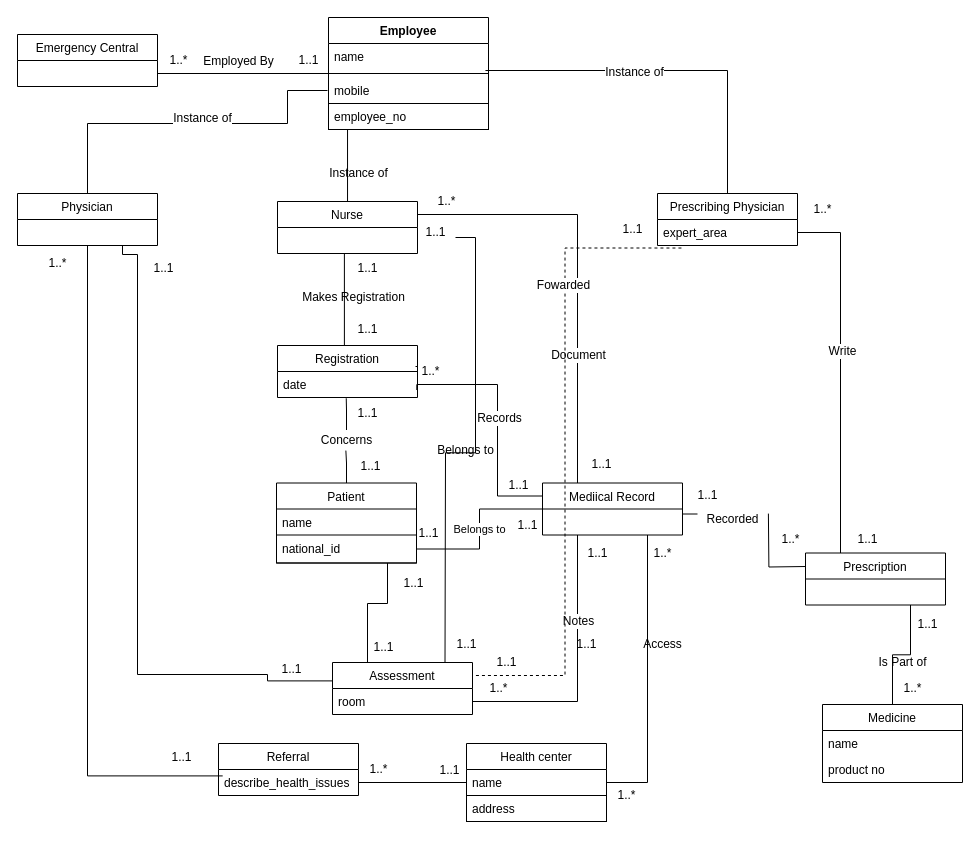
The draw.io diagram mod-t-2.drawio in kestersimm/drawio, before the edit. Source tidied: cells renumbered, new cells numbered last; positions are measured from the earlier drawing's top-left corner, leaving out a move shared by most shapes. Both pictures are drawn from the tidied source at 100%, with x=0, y=0 at pixel (17, 17).
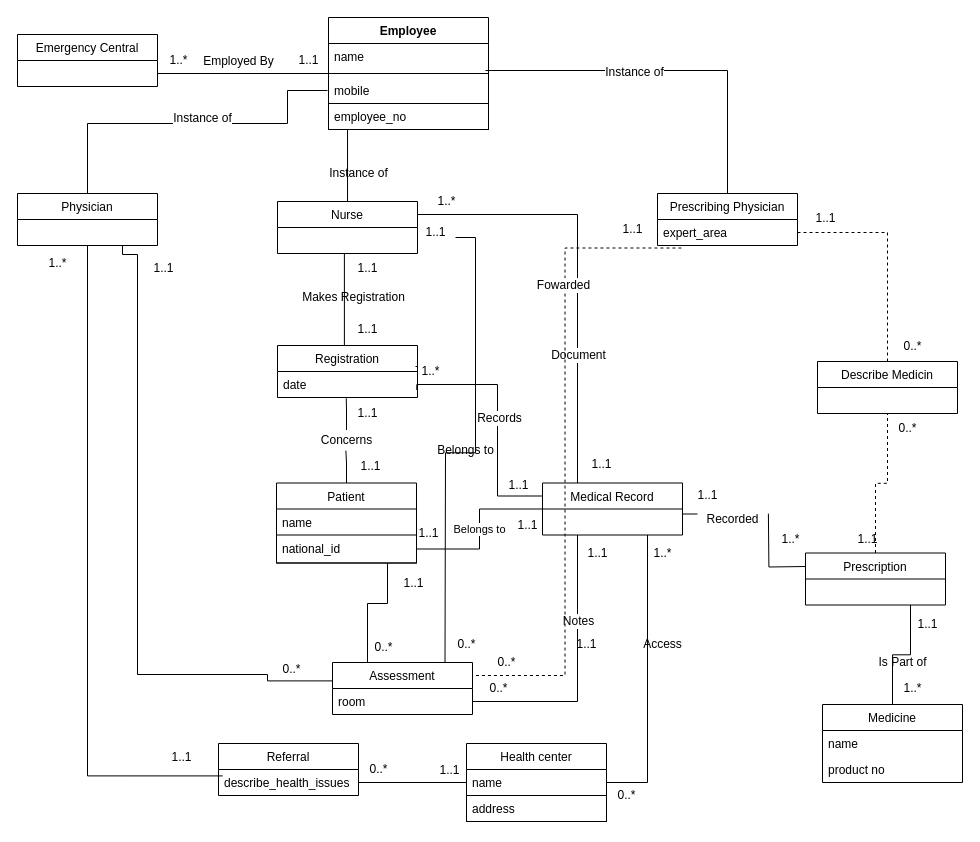
The same diagram, later.

Unchanged cells that the change refers to:
```xml
<mxCell id="14" style="edgeStyle=orthogonalEdgeStyle;rounded=0;jettySize=auto;html=1;exitX=0.75;exitY=1;exitDx=0;exitDy=0;entryX=0;entryY=0.5;entryDx=0;entryDy=0;endArrow=none;endFill=0;" parent="1" edge="1" source="17">
  <mxGeometry relative="1" as="geometry">
    <mxPoint x="314.6" y="663.4" as="targetPoint" />
    <Array as="points">
      <mxPoint x="105" y="237" />
      <mxPoint x="120" y="237" />
      <mxPoint x="120" y="657" />
      <mxPoint x="250" y="657" />
      <mxPoint x="250" y="663" />
    </Array>
  </mxGeometry>
</mxCell>
<mxCell id="27" value="expert_area" style="text;strokeColor=none;fillColor=none;align=left;verticalAlign=top;spacingLeft=4;spacingRight=4;overflow=hidden;points=[[0,0.5],[1,0.5]];portConstraint=eastwest;" parent="26" vertex="1">
  <mxGeometry y="26" width="140" height="26" as="geometry" />
</mxCell>
<mxCell id="41" style="edgeStyle=orthogonalEdgeStyle;rounded=0;jettySize=auto;html=1;exitX=0.25;exitY=0;exitDx=0;exitDy=0;endArrow=none;endFill=0;" parent="1" edge="1" source="43" target="33">
  <mxGeometry relative="1" as="geometry">
    <Array as="points">
      <mxPoint x="370" y="586" />
    </Array>
  </mxGeometry>
</mxCell>
<mxCell id="81" value="Prescription" style="swimlane;fontStyle=0;horizontal=1;startSize=26;fillColor=none;" parent="1" vertex="1">
  <mxGeometry x="788" y="535.5" width="140" height="52" as="geometry" />
</mxCell>
```

Diff of the diagram source:
```diff
@@
-    <mxCell id="15" value="1..1" style="text;html=1;align=center;verticalAlign=middle;labelBackgroundColor=#ffffff;" parent="14" vertex="1">
+    <mxCell id="15" value="0..*" style="text;html=1;align=center;verticalAlign=middle;labelBackgroundColor=#ffffff;" parent="14" vertex="1">
       <mxGeometry x="0.84" y="8" relative="1" as="geometry">
         <mxPoint x="11" y="-4" as="offset" />
       </mxGeometry>
     </mxCell>
@@
-    <mxCell id="42" value="1..1" style="text;html=1;align=center;verticalAlign=middle;labelBackgroundColor=#ffffff;" parent="41" vertex="1">
+    <mxCell id="42" value="0..*" style="text;html=1;align=center;verticalAlign=middle;labelBackgroundColor=#ffffff;" parent="41" vertex="1">
       <mxGeometry x="0.02" y="-34" relative="1" as="geometry">
         <mxPoint x="13" y="9" as="offset" />
       </mxGeometry>
     </mxCell>
@@
-    <mxCell id="45" value="1..1" style="text;html=1;align=center;verticalAlign=middle;" parent="1" vertex="1">
-      <mxGeometry x="429" y="617" width="40" height="20" as="geometry" />
+    <mxCell id="45" value="0..*" style="text;html=1;align=center;verticalAlign=middle;" parent="1" vertex="1">
+      <mxGeometry x="434" y="617" width="30" height="20" as="geometry" />
     </mxCell>
@@
-    <mxCell id="58" value="Mediical Record" style="swimlane;fontStyle=0;horizontal=1;startSize=26;fillColor=none;" parent="1" vertex="1">
+    <mxCell id="58" value="Medical Record" style="swimlane;fontStyle=0;horizontal=1;startSize=26;fillColor=none;" parent="1" vertex="1">
       <mxGeometry x="525" y="465.5" width="140" height="52" as="geometry" />
     </mxCell>
@@
-    <mxCell id="66" value="1..*" style="text;html=1;align=center;verticalAlign=middle;" parent="1" vertex="1">
+    <mxCell id="66" value="0..*" style="text;html=1;align=center;verticalAlign=middle;" parent="1" vertex="1">
       <mxGeometry x="466" y="661" width="30" height="20" as="geometry" />
     </mxCell>
@@
-    <mxCell id="72" value="1..*" style="text;html=1;align=center;verticalAlign=middle;" parent="1" vertex="1">
+    <mxCell id="72" value="0..*" style="text;html=1;align=center;verticalAlign=middle;" parent="1" vertex="1">
       <mxGeometry x="346" y="742" width="30" height="20" as="geometry" />
     </mxCell>
@@
-    <mxCell id="76" value="1..*" style="text;html=1;align=center;verticalAlign=middle;" parent="1" vertex="1">
+    <mxCell id="76" value="0..*" style="text;html=1;align=center;verticalAlign=middle;" parent="1" vertex="1">
       <mxGeometry x="594" y="768" width="30" height="20" as="geometry" />
     </mxCell>
@@
-    <mxCell id="78" style="edgeStyle=orthogonalEdgeStyle;rounded=0;jettySize=auto;html=1;exitX=0.25;exitY=0;exitDx=0;exitDy=0;endArrow=none;endFill=0;" parent="1" edge="1" source="81" target="27">
-      <mxGeometry relative="1" as="geometry" />
-    </mxCell>
-    <mxCell id="79" value="Write" style="text;html=1;align=center;verticalAlign=middle;labelBackgroundColor=#ffffff;" parent="78" vertex="1">
-      <mxGeometry x="0.11" y="-1" relative="1" as="geometry" />
-    </mxCell>
@@
+    <mxCell id="102" style="edgeStyle=orthogonalEdgeStyle;rounded=0;jettySize=auto;html=1;dashed=1;endArrow=none;endFill=0;entryX=0.5;entryY=1;entryDx=0;entryDy=0;" parent="1" edge="1" source="81" target="103">
+      <mxGeometry relative="1" as="geometry" />
+    </mxCell>
@@
-    <mxCell id="82" value="1..*" style="text;html=1;align=center;verticalAlign=middle;" parent="1" vertex="1">
-      <mxGeometry x="790" y="182" width="30" height="20" as="geometry" />
-    </mxCell>
@@
-    <mxCell id="101" value="1..1" style="text;html=1;align=center;verticalAlign=middle;" parent="1" vertex="1">
-      <mxGeometry x="469" y="635" width="40" height="20" as="geometry" />
+    <mxCell id="101" value="0..*" style="text;html=1;align=center;verticalAlign=middle;" parent="1" vertex="1">
+      <mxGeometry x="474" y="635" width="30" height="20" as="geometry" />
     </mxCell>
+    <mxCell id="103" value="Describe Medicin" style="swimlane;fontStyle=0;horizontal=1;startSize=26;fillColor=none;" parent="1" vertex="1">
+      <mxGeometry x="800" y="344" width="140" height="52" as="geometry" />
+    </mxCell>
+    <mxCell id="104" value="0..*" style="text;html=1;align=center;verticalAlign=middle;" parent="1" vertex="1">
+      <mxGeometry x="875" y="401" width="30" height="20" as="geometry" />
+    </mxCell>
+    <mxCell id="105" style="edgeStyle=orthogonalEdgeStyle;rounded=0;jettySize=auto;html=1;entryX=0.5;entryY=0;entryDx=0;entryDy=0;dashed=1;endArrow=none;endFill=0;" parent="1" edge="1" source="27" target="103">
+      <mxGeometry relative="1" as="geometry" />
+    </mxCell>
+    <mxCell id="106" value="1..1" style="text;html=1;align=center;verticalAlign=middle;labelBackgroundColor=#ffffff;" parent="105" vertex="1">
+      <mxGeometry x="-0.75" y="15" relative="1" as="geometry" />
+    </mxCell>
+    <mxCell id="107" value="0..*" style="text;html=1;align=center;verticalAlign=middle;" parent="1" vertex="1">
+      <mxGeometry x="880" y="319" width="30" height="20" as="geometry" />
+    </mxCell>
```
